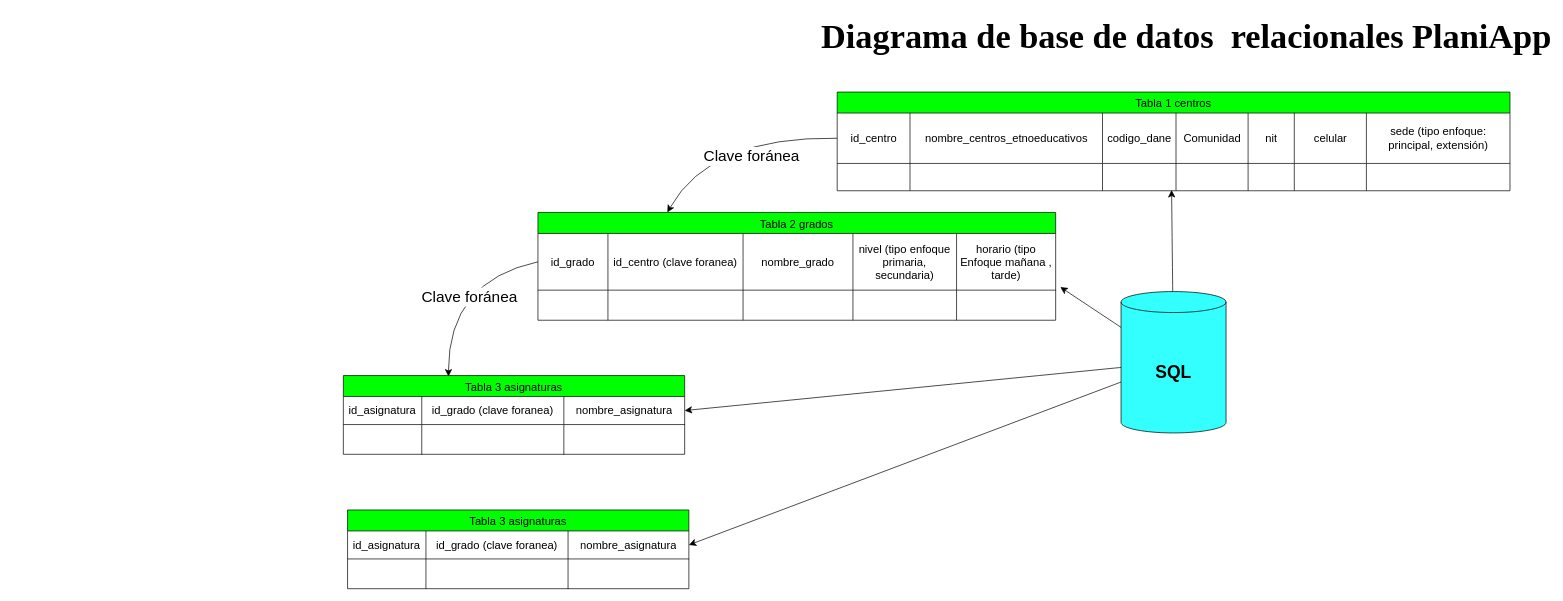
The draw.io diagram Diagrama sin título.drawio in Andreszxc2001/Sistema-Integral-de-Asistencias-SIA-, before the edit. Source tidied: cells renumbered, new cells numbered last; positions are measured from the earlier drawing's top-left corner, leaving out a move shared by most shapes. Both pictures are drawn from the tidied source at 70%, with x=0, y=0 at pixel (343, 12).
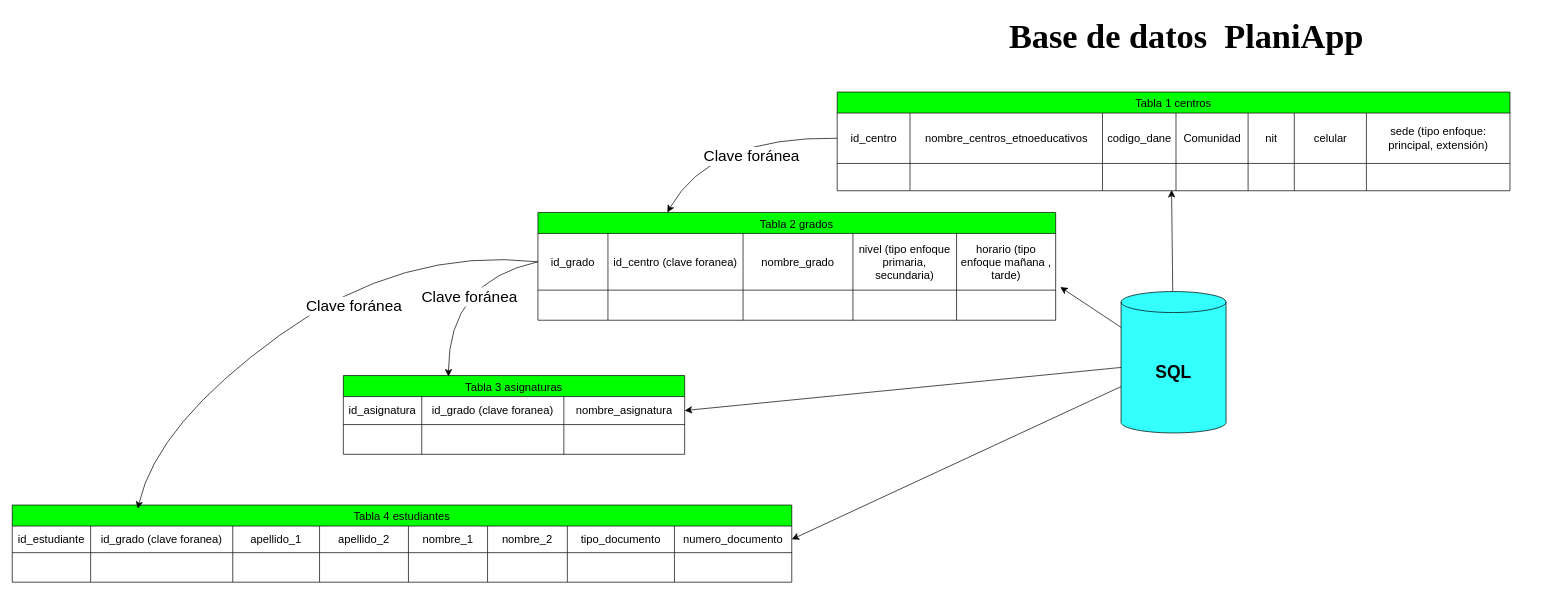
The same page after the edit.

Unchanged cells that the change refers to:
```xml
<mxCell id="23" style="shape=tableRow;horizontal=0;startSize=0;swimlaneHead=0;swimlaneBody=0;strokeColor=inherit;top=0;left=0;bottom=0;right=0;fillColor=none;points=[[0,0.5],[1,0.5]];portConstraint=eastwest;fontSize=16;" parent="22" vertex="1">
  <mxGeometry y="30" width="739.6" height="81" as="geometry" />
</mxCell>
```

Change to the diagram source:
```diff
@@
-    <mxCell id="28" value="horario (tipo Enfoque mañana , tarde)" style="shape=partialRectangle;html=1;whiteSpace=wrap;strokeColor=inherit;overflow=hidden;fillColor=none;top=0;left=0;bottom=0;right=0;fontSize=16;" parent="23" vertex="1">
+    <mxCell id="28" value="horario (tipo enfoque mañana , tarde)" style="shape=partialRectangle;html=1;whiteSpace=wrap;strokeColor=inherit;overflow=hidden;fillColor=none;top=0;left=0;bottom=0;right=0;fontSize=16;" parent="23" vertex="1">
       <mxGeometry x="598" width="142" height="81" as="geometry" />
     </mxCell>
@@
-    <mxCell id="37" value="&lt;font face=&quot;Times New Roman&quot; style=&quot;font-size: 49px;&quot;&gt;Diagrama de base de datos&amp;nbsp; relacionales PlaniApp&lt;/font&gt;" style="text;html=1;align=center;verticalAlign=middle;strokeColor=none;fillColor=none;fontSize=16;strokeWidth=15;fontStyle=1;" parent="1" vertex="1">
-      <mxGeometry x="704" width="999" height="71" as="geometry" />
+    <mxCell id="37" value="&lt;font face=&quot;Times New Roman&quot; style=&quot;font-size: 49px;&quot;&gt;Base de datos&amp;nbsp; PlaniApp&lt;/font&gt;" style="text;html=1;align=center;verticalAlign=middle;strokeColor=none;fillColor=none;fontSize=16;strokeWidth=15;fontStyle=1;" parent="1" vertex="1">
+      <mxGeometry x="955" width="497" height="71" as="geometry" />
     </mxCell>
@@
-    <mxCell id="51" value="Tabla 3 asignaturas" style="shape=table;startSize=30;childLayout=tableLayout;strokeColor=#000000;fontSize=16;fillColor=#00FF00;" parent="1" vertex="1">
-      <mxGeometry x="6" y="711" width="487.6" height="112.5" as="geometry" />
+    <mxCell id="51" value="Tabla 4 estudiantes" style="shape=table;startSize=30;childLayout=tableLayout;strokeColor=#000000;fontSize=16;fillColor=#00FF00;" parent="1" vertex="1">
+      <mxGeometry x="-473" y="704" width="1113.6" height="110.2" as="geometry" />
     </mxCell>
     <mxCell id="52" style="shape=tableRow;horizontal=0;startSize=0;swimlaneHead=0;swimlaneBody=0;strokeColor=inherit;top=0;left=0;bottom=0;right=0;fillColor=none;points=[[0,0.5],[1,0.5]];portConstraint=eastwest;fontSize=16;" parent="51" vertex="1">
-      <mxGeometry y="30" width="487.6" height="40" as="geometry" />
+      <mxGeometry y="30" width="1113.6" height="38" as="geometry" />
     </mxCell>
-    <mxCell id="53" value="id_asignatura" style="shape=partialRectangle;html=1;whiteSpace=wrap;strokeColor=inherit;overflow=hidden;fillColor=none;top=0;left=0;bottom=0;right=0;fontSize=16;" parent="52" vertex="1">
-      <mxGeometry width="112" height="40" as="geometry" />
+    <mxCell id="53" value="id_estudiante" style="shape=partialRectangle;html=1;whiteSpace=wrap;strokeColor=inherit;overflow=hidden;fillColor=none;top=0;left=0;bottom=0;right=0;fontSize=16;" parent="52" vertex="1">
+      <mxGeometry width="112" height="38" as="geometry" />
     </mxCell>
     <mxCell id="54" value="id_grado (clave foranea)" style="shape=partialRectangle;html=1;whiteSpace=wrap;strokeColor=inherit;overflow=hidden;fillColor=none;top=0;left=0;bottom=0;right=0;fontSize=16;" parent="52" vertex="1">
-      <mxGeometry x="112" width="203" height="40" as="geometry" />
+      <mxGeometry x="112" width="203" height="38" as="geometry" />
     </mxCell>
-    <mxCell id="55" value="nombre_asignatura" style="shape=partialRectangle;html=1;whiteSpace=wrap;strokeColor=inherit;overflow=hidden;fillColor=none;top=0;left=0;bottom=0;right=0;fontSize=16;" parent="52" vertex="1">
-      <mxGeometry x="315" width="173" height="40" as="geometry" />
+    <mxCell id="55" value="apellido_1" style="shape=partialRectangle;html=1;whiteSpace=wrap;strokeColor=inherit;overflow=hidden;fillColor=none;top=0;left=0;bottom=0;right=0;fontSize=16;" parent="52" vertex="1">
+      <mxGeometry x="315" width="124" height="38" as="geometry" />
     </mxCell>
+    <mxCell id="60" value="apellido_2" style="shape=partialRectangle;html=1;whiteSpace=wrap;strokeColor=inherit;overflow=hidden;fillColor=none;top=0;left=0;bottom=0;right=0;fontSize=16;" parent="52" vertex="1">
+      <mxGeometry x="439" width="127" height="38" as="geometry" />
+    </mxCell>
+    <mxCell id="61" value="nombre_1" style="shape=partialRectangle;html=1;whiteSpace=wrap;strokeColor=inherit;overflow=hidden;fillColor=none;top=0;left=0;bottom=0;right=0;fontSize=16;" parent="52" vertex="1">
+      <mxGeometry x="566" width="113" height="38" as="geometry" />
+    </mxCell>
+    <mxCell id="62" value="nombre_2" style="shape=partialRectangle;html=1;whiteSpace=wrap;strokeColor=inherit;overflow=hidden;fillColor=none;top=0;left=0;bottom=0;right=0;fontSize=16;" parent="52" vertex="1">
+      <mxGeometry x="679" width="114" height="38" as="geometry" />
+    </mxCell>
+    <mxCell id="63" value="tipo_documento" style="shape=partialRectangle;html=1;whiteSpace=wrap;strokeColor=inherit;overflow=hidden;fillColor=none;top=0;left=0;bottom=0;right=0;fontSize=16;" parent="52" vertex="1">
+      <mxGeometry x="793" width="153" height="38" as="geometry" />
+    </mxCell>
+    <mxCell id="64" value="numero_documento" style="shape=partialRectangle;html=1;whiteSpace=wrap;strokeColor=inherit;overflow=hidden;fillColor=none;top=0;left=0;bottom=0;right=0;fontSize=16;" parent="52" vertex="1">
+      <mxGeometry x="946" width="168" height="38" as="geometry" />
+    </mxCell>
     <mxCell id="56" style="shape=tableRow;horizontal=0;startSize=0;swimlaneHead=0;swimlaneBody=0;strokeColor=inherit;top=0;left=0;bottom=0;right=0;fillColor=none;fontSize=16;" parent="51" vertex="1">
-      <mxGeometry y="70" width="487.6" height="43" as="geometry" />
+      <mxGeometry y="68" width="1113.6" height="42" as="geometry" />
     </mxCell>
     <mxCell id="57" style="shape=partialRectangle;html=1;whiteSpace=wrap;strokeColor=inherit;overflow=hidden;fillColor=none;top=0;left=0;bottom=0;right=0;fontSize=16;" parent="56" vertex="1">
-      <mxGeometry width="112" height="43" as="geometry" />
+      <mxGeometry width="112" height="42" as="geometry" />
     </mxCell>
     <mxCell id="58" style="shape=partialRectangle;html=1;whiteSpace=wrap;strokeColor=inherit;overflow=hidden;fillColor=none;top=0;left=0;bottom=0;right=0;fontSize=16;" parent="56" vertex="1">
-      <mxGeometry x="112" width="203" height="43" as="geometry" />
+      <mxGeometry x="112" width="203" height="42" as="geometry" />
     </mxCell>
     <mxCell id="59" style="shape=partialRectangle;html=1;whiteSpace=wrap;strokeColor=inherit;overflow=hidden;fillColor=none;top=0;left=0;bottom=0;right=0;fontSize=16;" parent="56" vertex="1">
-      <mxGeometry x="315" width="173" height="43" as="geometry" />
+      <mxGeometry x="315" width="124" height="42" as="geometry" />
     </mxCell>
+    <mxCell id="65" style="shape=partialRectangle;html=1;whiteSpace=wrap;strokeColor=inherit;overflow=hidden;fillColor=none;top=0;left=0;bottom=0;right=0;fontSize=16;" parent="56" vertex="1">
+      <mxGeometry x="439" width="127" height="42" as="geometry" />
+    </mxCell>
+    <mxCell id="66" style="shape=partialRectangle;html=1;whiteSpace=wrap;strokeColor=inherit;overflow=hidden;fillColor=none;top=0;left=0;bottom=0;right=0;fontSize=16;" parent="56" vertex="1">
+      <mxGeometry x="566" width="113" height="42" as="geometry" />
+    </mxCell>
+    <mxCell id="67" style="shape=partialRectangle;html=1;whiteSpace=wrap;strokeColor=inherit;overflow=hidden;fillColor=none;top=0;left=0;bottom=0;right=0;fontSize=16;" parent="56" vertex="1">
+      <mxGeometry x="679" width="114" height="42" as="geometry" />
+    </mxCell>
+    <mxCell id="68" style="shape=partialRectangle;html=1;whiteSpace=wrap;strokeColor=inherit;overflow=hidden;fillColor=none;top=0;left=0;bottom=0;right=0;fontSize=16;" parent="56" vertex="1">
+      <mxGeometry x="793" width="153" height="42" as="geometry" />
+    </mxCell>
+    <mxCell id="69" style="shape=partialRectangle;html=1;whiteSpace=wrap;strokeColor=inherit;overflow=hidden;fillColor=none;top=0;left=0;bottom=0;right=0;fontSize=16;" parent="56" vertex="1">
+      <mxGeometry x="946" width="168" height="42" as="geometry" />
+    </mxCell>
+    <mxCell id="70" style="edgeStyle=none;curved=1;rounded=0;jettySize=auto;html=1;fontSize=12;startSize=8;endSize=8;entryX=0.161;entryY=0.048;entryDx=0;entryDy=0;entryPerimeter=0;exitX=0;exitY=0.5;exitDx=0;exitDy=0;" parent="1" edge="1" source="23" target="51">
+      <mxGeometry relative="1" as="geometry">
+        <Array as="points">
+          <mxPoint x="84" y="335" />
+          <mxPoint x="-266" y="588" />
+        </Array>
+      </mxGeometry>
+    </mxCell>
+    <mxCell id="71" value="&lt;font style=&quot;font-size: 22px;&quot;&gt;Clave foránea&lt;/font&gt;" style="edgeLabel;html=1;align=center;verticalAlign=middle;fontSize=12;" parent="70" vertex="1">
+      <mxGeometry x="-0.2" y="28" relative="1" as="geometry" />
+    </mxCell>
```
